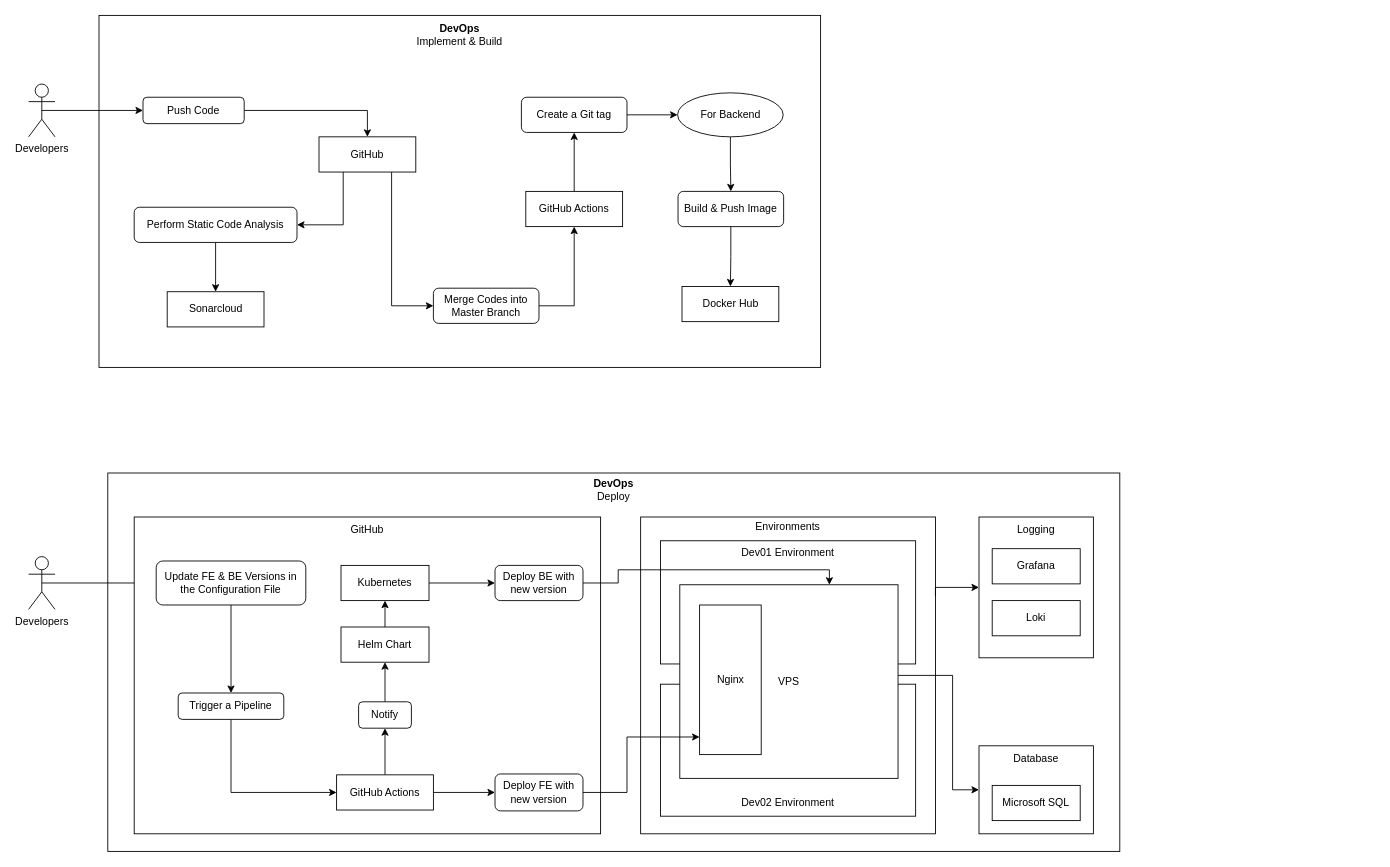
This is Report7/SDD/System-Design/System-Architecture/DevOps-T4-15.drawio from f-pms/Document, a draw.io file, before an edit. Source tidied: cells renumbered, new cells numbered last; positions are measured from the earlier drawing's top-left corner, leaving out a move shared by most shapes. Both pictures are drawn from the tidied source at 88%, with x=0, y=0 at pixel (28, 15).
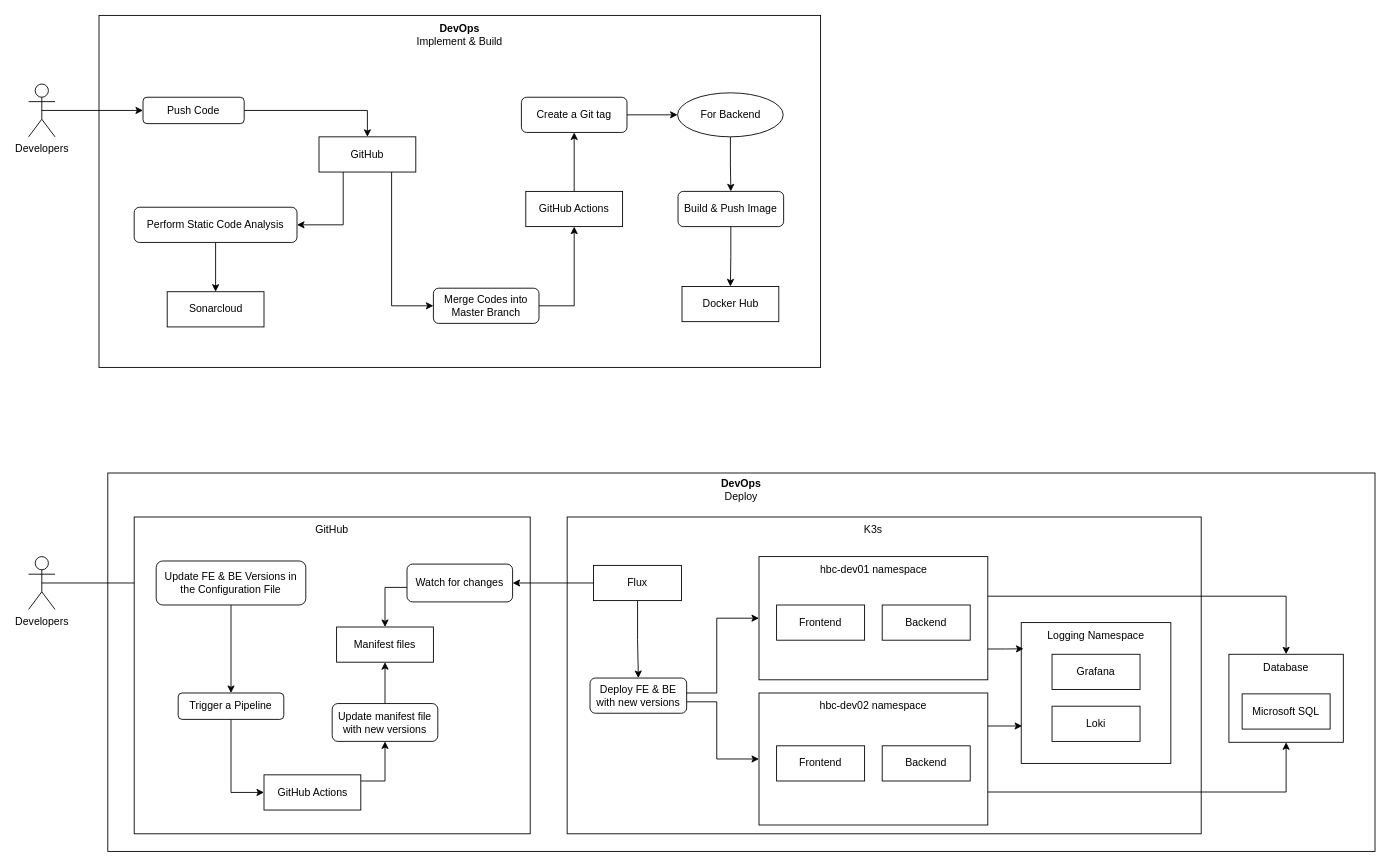
Above is the later version.

Commit message (it also covers changes not shown here):
update DevOps architecture diagram

Change to the diagram source:
```diff
@@
     <mxCell id="3" style="rounded=0;whiteSpace=wrap;html=1;" parent="1" vertex="1">
-      <mxGeometry x="90" y="520" width="1150" height="430" as="geometry" />
+      <mxGeometry x="90" y="520" width="1440" height="430" as="geometry" />
     </mxCell>
     <mxCell id="4" value="&lt;b&gt;DevOps&lt;br&gt;&lt;/b&gt;&lt;div&gt;Deploy&lt;/div&gt;" style="text;html=1;align=center;verticalAlign=middle;whiteSpace=wrap;rounded=0;" parent="1" vertex="1">
-      <mxGeometry x="610" y="524" width="110" height="30" as="geometry" />
+      <mxGeometry x="755" y="524" width="110" height="30" as="geometry" />
     </mxCell>
@@
     <mxCell id="7" style="rounded=0;whiteSpace=wrap;html=1;" parent="1" vertex="1">
-      <mxGeometry x="120" y="570" width="530" height="360" as="geometry" />
+      <mxGeometry x="120" y="570" width="450" height="360" as="geometry" />
     </mxCell>
     <mxCell id="8" value="GitHub" style="text;html=1;align=center;verticalAlign=middle;whiteSpace=wrap;rounded=0;" parent="1" vertex="1">
-      <mxGeometry x="335" y="570" width="100" height="30" as="geometry" />
+      <mxGeometry x="295" y="570" width="100" height="30" as="geometry" />
     </mxCell>
@@
-    <mxCell id="13" style="edgeStyle=orthogonalEdgeStyle;rounded=0;jettySize=auto;html=1;exitX=0.5;exitY=0;exitDx=0;exitDy=0;entryX=0.5;entryY=1;entryDx=0;entryDy=0;" parent="1" edge="1" source="15" target="18">
-      <mxGeometry relative="1" as="geometry" />
+    <mxCell id="13" style="edgeStyle=orthogonalEdgeStyle;rounded=0;jettySize=auto;html=1;entryX=0.5;entryY=1;entryDx=0;entryDy=0;" parent="1" edge="1" source="15" target="18">
+      <mxGeometry relative="1" as="geometry">
+        <Array as="points">
+          <mxPoint x="405" y="870" />
+        </Array>
+      </mxGeometry>
     </mxCell>
-    <mxCell id="14" style="edgeStyle=orthogonalEdgeStyle;rounded=0;jettySize=auto;html=1;exitX=1;exitY=0.5;exitDx=0;exitDy=0;entryX=0;entryY=0.5;entryDx=0;entryDy=0;" parent="1" edge="1" source="15" target="16">
-      <mxGeometry relative="1" as="geometry" />
-    </mxCell>
     <mxCell id="15" value="GitHub Actions" style="rounded=0;whiteSpace=wrap;html=1;" parent="1" vertex="1">
-      <mxGeometry x="350" y="863" width="110" height="40" as="geometry" />
+      <mxGeometry x="267.5" y="863" width="110" height="40" as="geometry" />
     </mxCell>
-    <mxCell id="16" value="Deploy FE with new version" style="rounded=1;whiteSpace=wrap;html=1;" parent="1" vertex="1">
-      <mxGeometry x="530" y="862" width="100" height="42" as="geometry" />
-    </mxCell>
-    <mxCell id="17" style="edgeStyle=orthogonalEdgeStyle;rounded=0;jettySize=auto;html=1;exitX=0.5;exitY=0;exitDx=0;exitDy=0;entryX=0.5;entryY=1;entryDx=0;entryDy=0;" parent="1" edge="1" source="18" target="20">
-      <mxGeometry relative="1" as="geometry" />
-    </mxCell>
+    <mxCell id="65" style="edgeStyle=orthogonalEdgeStyle;rounded=0;jettySize=auto;html=1;entryX=0.5;entryY=1;entryDx=0;entryDy=0;" parent="1" edge="1" source="18" target="69">
+      <mxGeometry relative="1" as="geometry" />
+    </mxCell>
-    <mxCell id="18" value="Notify" style="rounded=1;whiteSpace=wrap;html=1;" parent="1" vertex="1">
-      <mxGeometry x="375" y="780" width="60" height="30" as="geometry" />
+    <mxCell id="18" value="Update manifest file with new versions" style="rounded=1;whiteSpace=wrap;html=1;" parent="1" vertex="1">
+      <mxGeometry x="345" y="782" width="120" height="43" as="geometry" />
     </mxCell>
-    <mxCell id="19" style="edgeStyle=orthogonalEdgeStyle;rounded=0;jettySize=auto;html=1;exitX=0.5;exitY=0;exitDx=0;exitDy=0;entryX=0.5;entryY=1;entryDx=0;entryDy=0;" parent="1" edge="1" source="20" target="22">
-      <mxGeometry relative="1" as="geometry" />
-    </mxCell>
-    <mxCell id="20" value="Helm Chart" style="rounded=0;whiteSpace=wrap;html=1;" parent="1" vertex="1">
-      <mxGeometry x="355" y="695" width="100" height="40" as="geometry" />
-    </mxCell>
-    <mxCell id="21" style="edgeStyle=orthogonalEdgeStyle;rounded=0;jettySize=auto;html=1;exitX=1;exitY=0.5;exitDx=0;exitDy=0;entryX=0;entryY=0.5;entryDx=0;entryDy=0;" parent="1" edge="1" source="22" target="25">
-      <mxGeometry relative="1" as="geometry" />
-    </mxCell>
-    <mxCell id="22" value="Kubernetes" style="rounded=0;whiteSpace=wrap;html=1;" parent="1" vertex="1">
-      <mxGeometry x="355" y="625" width="100" height="40" as="geometry" />
-    </mxCell>
+    <mxCell id="66" style="edgeStyle=orthogonalEdgeStyle;rounded=0;jettySize=auto;html=1;exitX=1;exitY=0.75;exitDx=0;exitDy=0;entryX=0.5;entryY=1;entryDx=0;entryDy=0;" parent="1" edge="1" source="23" target="29">
+      <mxGeometry relative="1" as="geometry" />
+    </mxCell>
     <mxCell id="23" style="rounded=0;whiteSpace=wrap;html=1;fillColor=none;" parent="1" vertex="1">
-      <mxGeometry x="718" y="760" width="290" height="150" as="geometry" />
+      <mxGeometry x="830" y="770" width="260" height="150" as="geometry" />
     </mxCell>
-    <mxCell id="24" style="edgeStyle=orthogonalEdgeStyle;rounded=0;jettySize=auto;html=1;" parent="1" edge="1" source="25" target="39">
-      <mxGeometry relative="1" as="geometry">
-        <Array as="points">
-          <mxPoint x="670" y="645" />
-          <mxPoint x="670" y="630" />
-          <mxPoint x="910" y="630" />
-        </Array>
-      </mxGeometry>
-    </mxCell>
+    <mxCell id="67" style="edgeStyle=orthogonalEdgeStyle;rounded=0;jettySize=auto;html=1;entryX=0;entryY=0.5;entryDx=0;entryDy=0;" parent="1" edge="1" source="25" target="23">
+      <mxGeometry relative="1" as="geometry">
+        <Array as="points">
+          <mxPoint x="782" y="780" />
+          <mxPoint x="782" y="845" />
+        </Array>
+      </mxGeometry>
+    </mxCell>
-    <mxCell id="25" value="Deploy BE with new version" style="rounded=1;whiteSpace=wrap;html=1;" parent="1" vertex="1">
-      <mxGeometry x="530" y="625" width="100" height="40" as="geometry" />
+    <mxCell id="25" value="Deploy FE &amp;amp; BE with new versions" style="rounded=1;whiteSpace=wrap;html=1;" parent="1" vertex="1">
+      <mxGeometry x="638" y="753" width="109.8" height="40" as="geometry" />
     </mxCell>
+    <mxCell id="68" style="edgeStyle=orthogonalEdgeStyle;rounded=0;jettySize=auto;html=1;" parent="1" edge="1" source="26" target="29">
+      <mxGeometry relative="1" as="geometry">
+        <Array as="points">
+          <mxPoint x="1429" y="660" />
+        </Array>
+      </mxGeometry>
+    </mxCell>
     <mxCell id="26" style="rounded=0;whiteSpace=wrap;html=1;fillColor=none;" parent="1" vertex="1">
-      <mxGeometry x="718" y="597" width="290" height="140" as="geometry" />
+      <mxGeometry x="830" y="615" width="260" height="140" as="geometry" />
     </mxCell>
-    <mxCell id="27" value="Dev01 Environment" style="text;html=1;align=center;verticalAlign=middle;whiteSpace=wrap;rounded=0;" parent="1" vertex="1">
-      <mxGeometry x="808" y="596" width="110" height="30" as="geometry" />
+    <mxCell id="27" value="hbc-dev01 namespace" style="text;html=1;align=center;verticalAlign=middle;whiteSpace=wrap;rounded=0;" parent="1" vertex="1">
+      <mxGeometry x="892.5" y="615" width="135" height="30" as="geometry" />
     </mxCell>
-    <mxCell id="28" value="Dev02 Environment" style="text;html=1;align=center;verticalAlign=middle;whiteSpace=wrap;rounded=0;" parent="1" vertex="1">
-      <mxGeometry x="808" y="880" width="110" height="30" as="geometry" />
+    <mxCell id="28" value="hbc-dev02 namespace" style="text;html=1;align=center;verticalAlign=middle;whiteSpace=wrap;rounded=0;" parent="1" vertex="1">
+      <mxGeometry x="890" y="770" width="140" height="30" as="geometry" />
     </mxCell>
     <mxCell id="29" style="rounded=0;whiteSpace=wrap;html=1;" parent="1" vertex="1">
-      <mxGeometry x="1080" y="830" width="130" height="100" as="geometry" />
+      <mxGeometry x="1364" y="726" width="130" height="100" as="geometry" />
     </mxCell>
     <mxCell id="30" value="Database" style="text;html=1;align=center;verticalAlign=middle;whiteSpace=wrap;rounded=0;" parent="1" vertex="1">
-      <mxGeometry x="1090" y="830" width="110" height="30" as="geometry" />
+      <mxGeometry x="1374" y="726" width="110" height="30" as="geometry" />
     </mxCell>
     <mxCell id="31" value="Microsoft SQL" style="rounded=0;whiteSpace=wrap;html=1;" parent="1" vertex="1">
-      <mxGeometry x="1095" y="875" width="100" height="40" as="geometry" />
+      <mxGeometry x="1379" y="771" width="100" height="40" as="geometry" />
     </mxCell>
     <mxCell id="32" style="rounded=0;whiteSpace=wrap;html=1;" parent="1" vertex="1">
-      <mxGeometry x="1080" y="570" width="130" height="160" as="geometry" />
+      <mxGeometry x="1128" y="690" width="170" height="160" as="geometry" />
     </mxCell>
-    <mxCell id="33" value="Logging" style="text;html=1;align=center;verticalAlign=middle;whiteSpace=wrap;rounded=0;" parent="1" vertex="1">
-      <mxGeometry x="1090" y="570" width="110" height="30" as="geometry" />
+    <mxCell id="33" value="Logging Namespace" style="text;html=1;align=center;verticalAlign=middle;whiteSpace=wrap;rounded=0;" parent="1" vertex="1">
+      <mxGeometry x="1148" y="690" width="130" height="30" as="geometry" />
     </mxCell>
     <mxCell id="34" value="Grafana" style="rounded=0;whiteSpace=wrap;html=1;" parent="1" vertex="1">
-      <mxGeometry x="1095" y="606" width="100" height="40" as="geometry" />
+      <mxGeometry x="1163" y="726" width="100" height="40" as="geometry" />
     </mxCell>
     <mxCell id="35" value="Loki" style="rounded=0;whiteSpace=wrap;html=1;" parent="1" vertex="1">
-      <mxGeometry x="1095" y="665" width="100" height="40" as="geometry" />
+      <mxGeometry x="1163" y="785" width="100" height="40" as="geometry" />
     </mxCell>
-    <mxCell id="36" style="edgeStyle=orthogonalEdgeStyle;rounded=0;jettySize=auto;html=1;exitX=1;exitY=0.25;exitDx=0;exitDy=0;entryX=0;entryY=0.5;entryDx=0;entryDy=0;" parent="1" edge="1" source="37" target="32">
-      <mxGeometry relative="1" as="geometry">
-        <Array as="points">
-          <mxPoint x="1031" y="650" />
-        </Array>
-      </mxGeometry>
-    </mxCell>
     <mxCell id="37" style="rounded=0;whiteSpace=wrap;html=1;fillColor=none;" parent="1" vertex="1">
-      <mxGeometry x="695.5" y="570" width="335" height="360" as="geometry" />
+      <mxGeometry x="612" y="570" width="720.5" height="360" as="geometry" />
     </mxCell>
-    <mxCell id="38" style="edgeStyle=orthogonalEdgeStyle;rounded=0;jettySize=auto;html=1;" parent="1" edge="1" source="39" target="29">
-      <mxGeometry relative="1" as="geometry">
-        <Array as="points">
-          <mxPoint x="1050" y="750" />
-          <mxPoint x="1050" y="880" />
-        </Array>
-      </mxGeometry>
-    </mxCell>
-    <mxCell id="39" value="VPS" style="rounded=0;whiteSpace=wrap;html=1;" parent="1" vertex="1">
-      <mxGeometry x="740" y="647" width="248" height="220" as="geometry" />
-    </mxCell>
-    <mxCell id="40" value="Environments" style="text;html=1;align=center;verticalAlign=middle;whiteSpace=wrap;rounded=0;" parent="1" vertex="1">
-      <mxGeometry x="808" y="566" width="110" height="30" as="geometry" />
+    <mxCell id="40" value="K3s" style="text;html=1;align=center;verticalAlign=middle;whiteSpace=wrap;rounded=0;" parent="1" vertex="1">
+      <mxGeometry x="905" y="570" width="110" height="30" as="geometry" />
     </mxCell>
@@
-    <mxCell id="63" value="Nginx" style="rounded=0;whiteSpace=wrap;html=1;" parent="1" vertex="1">
-      <mxGeometry x="762.5" y="670" width="70" height="170" as="geometry" />
-    </mxCell>
-    <mxCell id="64" style="edgeStyle=orthogonalEdgeStyle;rounded=0;jettySize=auto;html=1;" parent="1" edge="1" source="16" target="63">
-      <mxGeometry relative="1" as="geometry">
-        <Array as="points">
-          <mxPoint x="680" y="883" />
-          <mxPoint x="680" y="820" />
-        </Array>
-      </mxGeometry>
-    </mxCell>
+    <mxCell id="69" value="Manifest files" style="rounded=0;whiteSpace=wrap;html=1;" parent="1" vertex="1">
+      <mxGeometry x="350" y="695" width="110" height="40" as="geometry" />
+    </mxCell>
+    <mxCell id="70" style="edgeStyle=orthogonalEdgeStyle;rounded=0;jettySize=auto;html=1;entryX=0.5;entryY=0;entryDx=0;entryDy=0;" parent="1" edge="1" source="71" target="69">
+      <mxGeometry relative="1" as="geometry">
+        <Array as="points">
+          <mxPoint x="405" y="650" />
+        </Array>
+      </mxGeometry>
+    </mxCell>
+    <mxCell id="71" value="Watch for changes" style="rounded=1;whiteSpace=wrap;html=1;" parent="1" vertex="1">
+      <mxGeometry x="430" y="623.5" width="120" height="43" as="geometry" />
+    </mxCell>
+    <mxCell id="72" style="edgeStyle=orthogonalEdgeStyle;rounded=0;jettySize=auto;html=1;entryX=0;entryY=0.5;entryDx=0;entryDy=0;" parent="1" edge="1" source="25" target="26">
+      <mxGeometry relative="1" as="geometry">
+        <Array as="points">
+          <mxPoint x="782" y="770" />
+          <mxPoint x="782" y="685" />
+        </Array>
+      </mxGeometry>
+    </mxCell>
+    <mxCell id="73" style="edgeStyle=orthogonalEdgeStyle;rounded=0;jettySize=auto;html=1;" parent="1" edge="1" source="20" target="71">
+      <mxGeometry relative="1" as="geometry" />
+    </mxCell>
+    <mxCell id="74" style="edgeStyle=orthogonalEdgeStyle;rounded=0;jettySize=auto;html=1;" parent="1" edge="1" source="20" target="25">
+      <mxGeometry relative="1" as="geometry" />
+    </mxCell>
+    <mxCell id="20" value="Flux" style="rounded=0;whiteSpace=wrap;html=1;" parent="1" vertex="1">
+      <mxGeometry x="642" y="625" width="100" height="40" as="geometry" />
+    </mxCell>
+    <mxCell id="75" value="Frontend" style="rounded=0;whiteSpace=wrap;html=1;" parent="1" vertex="1">
+      <mxGeometry x="850" y="670" width="100" height="40" as="geometry" />
+    </mxCell>
+    <mxCell id="76" value="Backend" style="rounded=0;whiteSpace=wrap;html=1;" parent="1" vertex="1">
+      <mxGeometry x="970" y="670" width="100" height="40" as="geometry" />
+    </mxCell>
+    <mxCell id="77" value="Frontend" style="rounded=0;whiteSpace=wrap;html=1;" parent="1" vertex="1">
+      <mxGeometry x="850" y="830" width="100" height="40" as="geometry" />
+    </mxCell>
+    <mxCell id="78" value="Backend" style="rounded=0;whiteSpace=wrap;html=1;" parent="1" vertex="1">
+      <mxGeometry x="970" y="830" width="100" height="40" as="geometry" />
+    </mxCell>
+    <mxCell id="79" style="edgeStyle=orthogonalEdgeStyle;rounded=0;jettySize=auto;html=1;exitX=1;exitY=0.75;exitDx=0;exitDy=0;entryX=0.015;entryY=0.186;entryDx=0;entryDy=0;entryPerimeter=0;" parent="1" edge="1" source="26" target="32">
+      <mxGeometry relative="1" as="geometry" />
+    </mxCell>
+    <mxCell id="80" style="edgeStyle=orthogonalEdgeStyle;rounded=0;jettySize=auto;html=1;exitX=1;exitY=0.25;exitDx=0;exitDy=0;entryX=0.006;entryY=0.739;entryDx=0;entryDy=0;entryPerimeter=0;" parent="1" edge="1" source="23" target="32">
+      <mxGeometry relative="1" as="geometry" />
+    </mxCell>
```
